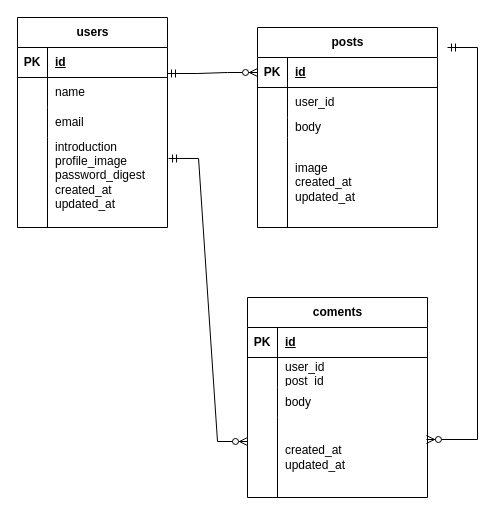
Earlier version of the draw.io diagram SQL基礎.drawio (nanase-84/-). Source tidied: cells renumbered, new cells numbered last; positions are measured from the earlier drawing's top-left corner, leaving out a move shared by most shapes. Both pictures are drawn from the tidied source at 100%, with x=0, y=0 at pixel (17, 17).
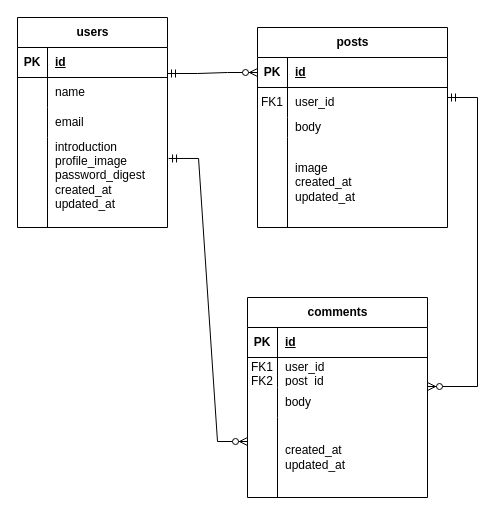
The same diagram, later.

Commit message:
SQL基礎.drawio を更新します

The change refers to these unchanged cells:
```xml
<mxCell id="34" style="shape=tableRow;horizontal=0;startSize=0;swimlaneHead=0;swimlaneBody=0;fillColor=none;top=0;left=0;right=0;bottom=0;" parent="30" vertex="1">
  <mxGeometry y="60" width="180" height="30" as="geometry" />
</mxCell>
<mxCell id="37" style="shape=tableRow;horizontal=0;startSize=0;swimlaneHead=0;swimlaneBody=0;fillColor=none;points=[[0,0.5],[1,0.5]];portConstraint=eastwest;top=0;left=0;right=0;bottom=0;" parent="30" vertex="1">
  <mxGeometry y="90" width="180" height="30" as="geometry" />
</mxCell>
<mxCell id="40" style="shape=tableRow;horizontal=0;startSize=0;swimlaneHead=0;swimlaneBody=0;fillColor=none;points=[[0,0.5],[1,0.5]];portConstraint=eastwest;top=0;left=0;right=0;bottom=0;" parent="30" vertex="1">
  <mxGeometry y="120" width="180" height="80" as="geometry" />
</mxCell>
```

Change to the diagram source:
```diff
@@
     <mxCell id="15" value="posts" style="shape=table;startSize=30;childLayout=tableLayout;rowLines=0;fontStyle=1;align=center;html=1;" parent="1" vertex="1">
-      <mxGeometry x="240" y="10" width="180" height="200" as="geometry" />
+      <mxGeometry x="240" y="10" width="190" height="200" as="geometry" />
     </mxCell>
     <mxCell id="16" style="shape=tableRow;horizontal=0;startSize=0;swimlaneHead=0;swimlaneBody=0;fillColor=none;points=[[0,0.5],[1,0.5]];portConstraint=eastwest;top=0;left=0;right=0;bottom=1;" parent="15" vertex="1">
-      <mxGeometry y="30" width="180" height="30" as="geometry" />
+      <mxGeometry y="30" width="190" height="30" as="geometry" />
     </mxCell>
@@
     <mxCell id="18" value="id" style="shape=partialRectangle;fillColor=none;top=0;left=0;bottom=0;right=0;align=left;spacingLeft=6;fontStyle=5;overflow=hidden;whiteSpace=wrap;html=1;" parent="16" vertex="1">
-      <mxGeometry x="30" width="150" height="30" as="geometry" />
+      <mxGeometry x="30" width="160" height="30" as="geometry" />
     </mxCell>
     <mxCell id="19" style="shape=tableRow;horizontal=0;startSize=0;swimlaneHead=0;swimlaneBody=0;fillColor=none;top=0;left=0;right=0;bottom=0;" parent="15" vertex="1">
-      <mxGeometry y="60" width="180" height="30" as="geometry" />
+      <mxGeometry y="60" width="190" height="30" as="geometry" />
     </mxCell>
-    <mxCell id="20" style="shape=partialRectangle;fillColor=none;top=0;left=0;bottom=0;right=0;overflow=hidden;whiteSpace=wrap;html=1;" parent="19" vertex="1">
+    <mxCell id="20" value="FK1" style="shape=partialRectangle;fillColor=none;top=0;left=0;bottom=0;right=0;overflow=hidden;whiteSpace=wrap;html=1;" parent="19" vertex="1">
       <mxGeometry width="30" height="30" as="geometry" />
     </mxCell>
     <mxCell id="21" value="user_id" style="shape=partialRectangle;fillColor=none;top=0;left=0;bottom=0;right=0;align=left;spacingLeft=6;overflow=hidden;whiteSpace=wrap;html=1;" parent="19" vertex="1">
-      <mxGeometry x="30" width="150" height="30" as="geometry" />
+      <mxGeometry x="30" width="160" height="30" as="geometry" />
     </mxCell>
     <mxCell id="22" style="shape=tableRow;horizontal=0;startSize=0;swimlaneHead=0;swimlaneBody=0;fillColor=none;top=0;left=0;right=0;bottom=0;" parent="15" vertex="1">
-      <mxGeometry y="90" width="180" height="20" as="geometry" />
+      <mxGeometry y="90" width="190" height="20" as="geometry" />
     </mxCell>
@@
     <mxCell id="24" value="body" style="shape=partialRectangle;fillColor=none;top=0;left=0;bottom=0;right=0;align=left;spacingLeft=6;overflow=hidden;whiteSpace=wrap;html=1;" parent="22" vertex="1">
-      <mxGeometry x="30" width="150" height="20" as="geometry" />
+      <mxGeometry x="30" width="160" height="20" as="geometry" />
     </mxCell>
     <mxCell id="25" style="shape=tableRow;horizontal=0;startSize=0;swimlaneHead=0;swimlaneBody=0;fillColor=none;top=0;left=0;right=0;bottom=0;" parent="15" vertex="1">
-      <mxGeometry y="110" width="180" height="90" as="geometry" />
+      <mxGeometry y="110" width="190" height="90" as="geometry" />
     </mxCell>
@@
     <mxCell id="27" value="image&lt;div&gt;created_at&lt;/div&gt;&lt;div&gt;updated_at&lt;/div&gt;" style="shape=partialRectangle;fillColor=none;top=0;left=0;bottom=0;right=0;align=left;spacingLeft=6;overflow=hidden;whiteSpace=wrap;html=1;" parent="25" vertex="1">
-      <mxGeometry x="30" width="150" height="90" as="geometry" />
+      <mxGeometry x="30" width="160" height="90" as="geometry" />
     </mxCell>
@@
-    <mxCell id="30" value="coments" style="shape=table;startSize=30;childLayout=tableLayout;rowLines=0;fontStyle=1;align=center;html=1;" parent="1" vertex="1">
+    <mxCell id="30" value="comments" style="shape=table;startSize=30;childLayout=tableLayout;rowLines=0;fontStyle=1;align=center;html=1;" parent="1" vertex="1">
       <mxGeometry x="230" y="280" width="180" height="200" as="geometry" />
     </mxCell>
@@
-    <mxCell id="35" style="shape=partialRectangle;fillColor=none;top=0;left=0;bottom=0;right=0;overflow=hidden;whiteSpace=wrap;html=1;" parent="34" vertex="1">
+    <mxCell id="35" value="FK1&lt;div&gt;FK2&lt;/div&gt;" style="shape=partialRectangle;fillColor=none;top=0;left=0;bottom=0;right=0;overflow=hidden;whiteSpace=wrap;html=1;" parent="34" vertex="1">
       <mxGeometry width="30" height="30" as="geometry" />
     </mxCell>
@@
-    <mxCell id="43" style="edgeStyle=entityRelationEdgeStyle;fontSize=12;html=1;endArrow=ERzeroToMany;startArrow=ERmandOne;rounded=0;entryX=0.994;entryY=0.275;entryDx=0;entryDy=0;entryPerimeter=0;" parent="1" edge="1" target="40">
+    <mxCell id="43" style="edgeStyle=entityRelationEdgeStyle;fontSize=12;html=1;endArrow=ERzeroToMany;startArrow=ERmandOne;rounded=0;entryX=1;entryY=-0.033;entryDx=0;entryDy=0;entryPerimeter=0;" parent="1" edge="1" target="37">
       <mxGeometry relative="1" as="geometry">
-        <mxPoint x="430" y="30" as="sourcePoint" />
+        <mxPoint x="430" y="80" as="sourcePoint" />
       </mxGeometry>
     </mxCell>
```
